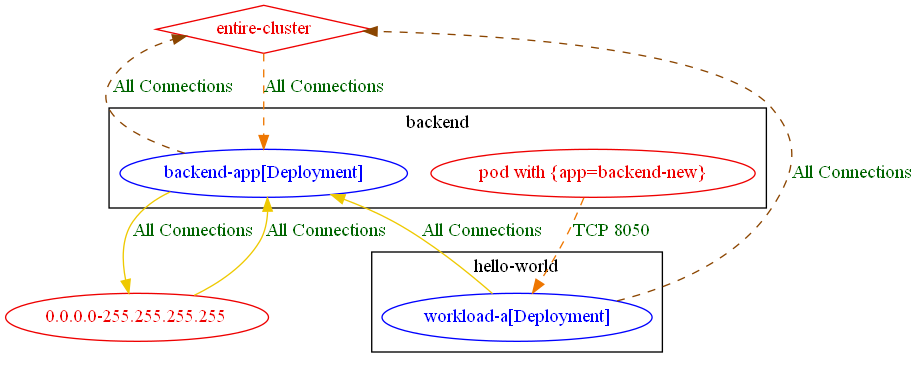
Earlier version of the Graphviz export test_outputs/connlist/exposure_test_conn_to_new_pod_in_an_existing_ns_exposure_output.dot.png (np-guard/netpol-analyzer). Its source is kept beside it as test_outputs/connlist/exposure_test_conn_to_new_pod_in_an_existing_ns_exposure_output.dot. Source of this version:
```dot
digraph {
	subgraph "cluster_backend" {
		color="black"
		fontcolor="black"
		"backend/backend-app[Deployment]" [label="backend-app[Deployment]" color="blue" fontcolor="blue"]
		"pod with {app=backend-new}_in_backend" [label="pod with {app=backend-new}" color="red2" fontcolor="red2"]
		label="backend"
	}
	subgraph "cluster_hello_world" {
		color="black"
		fontcolor="black"
		"hello-world/workload-a[Deployment]" [label="workload-a[Deployment]" color="blue" fontcolor="blue"]
		label="hello-world"
	}
	"0.0.0.0-255.255.255.255" [label="0.0.0.0-255.255.255.255" color="red2" fontcolor="red2"]
	"entire-cluster" [label="entire-cluster" color="red2" fontcolor="red2" shape=diamond]
	"0.0.0.0-255.255.255.255" -> "backend/backend-app[Deployment]" [label="All Connections" color="gold2" fontcolor="darkgreen" weight=0.5]
	"backend/backend-app[Deployment]" -> "0.0.0.0-255.255.255.255" [label="All Connections" color="gold2" fontcolor="darkgreen" weight=1]
	"backend/backend-app[Deployment]" -> "entire-cluster" [label="All Connections" color="darkorange4" fontcolor="darkgreen" weight=0.5 style=dashed]
	"entire-cluster" -> "backend/backend-app[Deployment]" [label="All Connections" color="darkorange2" fontcolor="darkgreen" weight=1 style=dashed]
	"hello-world/workload-a[Deployment]" -> "backend/backend-app[Deployment]" [label="All Connections" color="gold2" fontcolor="darkgreen" weight=1]
	"hello-world/workload-a[Deployment]" -> "entire-cluster" [label="All Connections" color="darkorange4" fontcolor="darkgreen" weight=0.5 style=dashed]
	"pod with {app=backend-new}_in_backend" -> "hello-world/workload-a[Deployment]" [label="TCP 8050" color="darkorange2" fontcolor="darkgreen" weight=1 style=dashed]
}
```
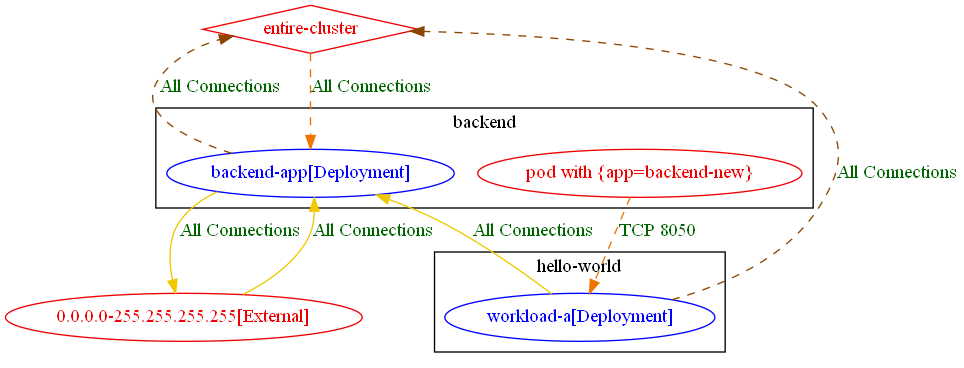
The same diagram one commit later.

The edit, as a diff of the source:
```diff
@@ -12,10 +12,10 @@
 		"hello-world/workload-a[Deployment]" [label="workload-a[Deployment]" color="blue" fontcolor="blue"]
 		label="hello-world"
 	}
-	"0.0.0.0-255.255.255.255" [label="0.0.0.0-255.255.255.255" color="red2" fontcolor="red2"]
+	"0.0.0.0-255.255.255.255[External]" [label="0.0.0.0-255.255.255.255[External]" color="red2" fontcolor="red2"]
 	"entire-cluster" [label="entire-cluster" color="red2" fontcolor="red2" shape=diamond]
-	"0.0.0.0-255.255.255.255" -> "backend/backend-app[Deployment]" [label="All Connections" color="gold2" fontcolor="darkgreen" weight=0.5]
-	"backend/backend-app[Deployment]" -> "0.0.0.0-255.255.255.255" [label="All Connections" color="gold2" fontcolor="darkgreen" weight=1]
+	"0.0.0.0-255.255.255.255[External]" -> "backend/backend-app[Deployment]" [label="All Connections" color="gold2" fontcolor="darkgreen" weight=0.5]
+	"backend/backend-app[Deployment]" -> "0.0.0.0-255.255.255.255[External]" [label="All Connections" color="gold2" fontcolor="darkgreen" weight=1]
 	"backend/backend-app[Deployment]" -> "entire-cluster" [label="All Connections" color="darkorange4" fontcolor="darkgreen" weight=0.5 style=dashed]
 	"entire-cluster" -> "backend/backend-app[Deployment]" [label="All Connections" color="darkorange2" fontcolor="darkgreen" weight=1 style=dashed]
 	"hello-world/workload-a[Deployment]" -> "backend/backend-app[Deployment]" [label="All Connections" color="gold2" fontcolor="darkgreen" weight=1]
```
